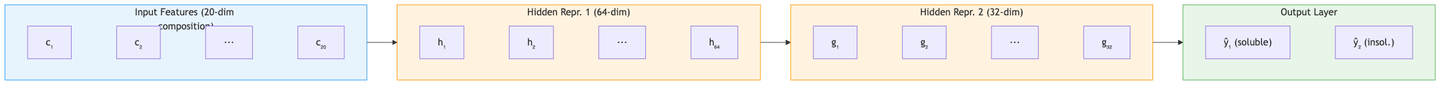
Before: assets/img/teaching/protein-ai/mermaid/s26-02-preliminary-protein-data_diagram_1.png, a diagram exported from Mermaid (sungsoo-ahn/sungsoo-ahn.github.io). Its source is kept beside it as assets/img/teaching/protein-ai/mermaid/s26-02-preliminary-protein-data_diagram_1.mmd.
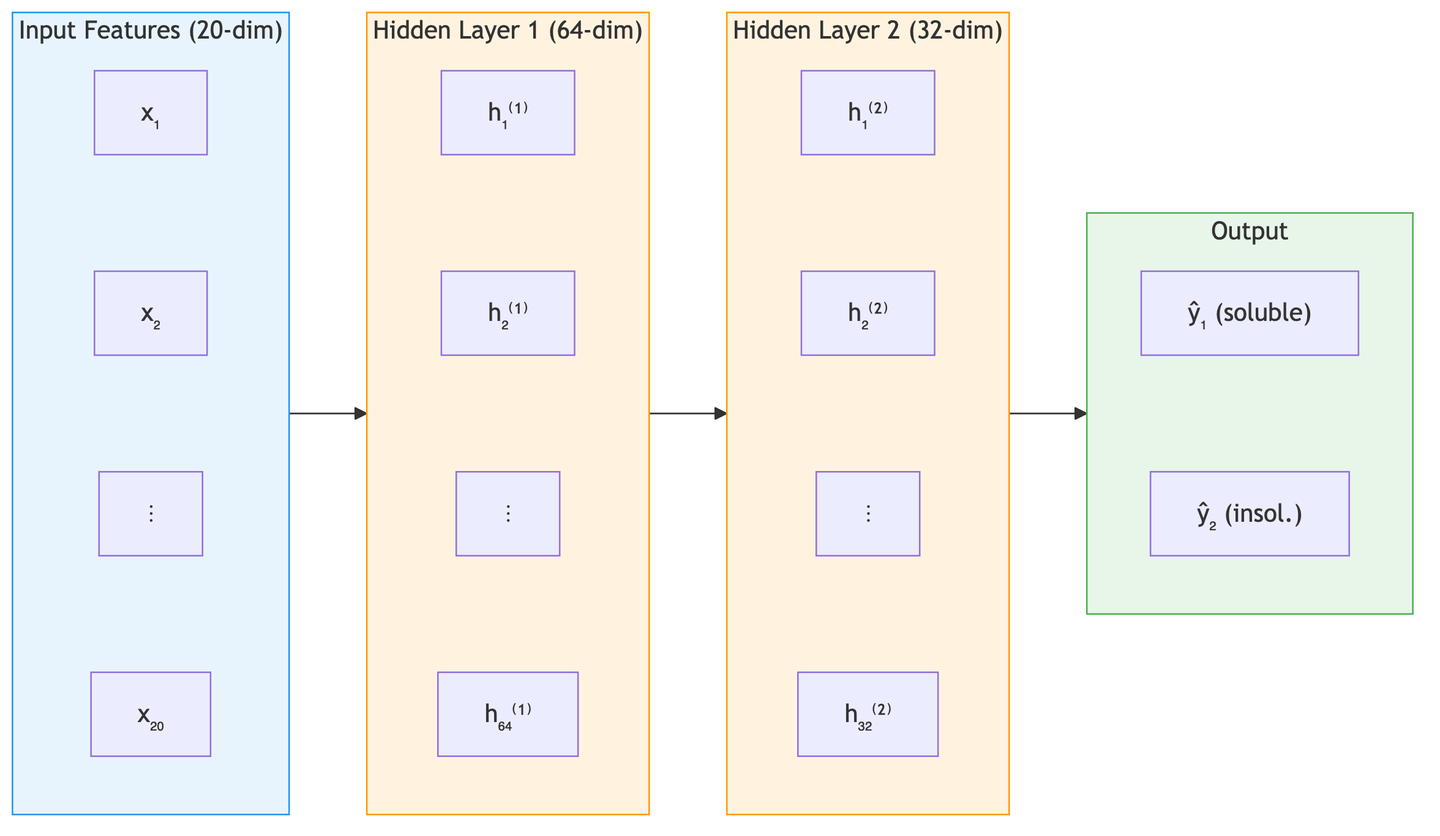
The same file after the commit.

Commit message:
docs: Simplify and improve flow across P1-P4 preliminary notes

What changed in the source:
```diff
@@ -1,21 +1,21 @@
 flowchart LR
-    subgraph Input["Input Features (20-dim composition)"]
-        direction LR
-        I1["c₁"] ~~~ I2["c₂"] ~~~ I3["···"] ~~~ I4["c₂₀"]
+    subgraph Input["Input Features (20-dim)"]
+        direction TB
+        I1["x₁"] ~~~ I2["x₂"] ~~~ I3["⋮"] ~~~ I4["x₂₀"]
     end
 
-    subgraph Hidden1["Hidden Repr. 1 (64-dim)"]
-        direction LR
-        H1["h₁"] ~~~ H2["h₂"] ~~~ H3["···"] ~~~ H4["h₆₄"]
+    subgraph Hidden1["Hidden Layer 1 (64-dim)"]
+        direction TB
+        H1["h₁⁽¹⁾"] ~~~ H2["h₂⁽¹⁾"] ~~~ H3["⋮"] ~~~ H4["h₆₄⁽¹⁾"]
     end
 
-    subgraph Hidden2["Hidden Repr. 2 (32-dim)"]
-        direction LR
-        G1["g₁"] ~~~ G2["g₂"] ~~~ G3["···"] ~~~ G4["g₃₂"]
+    subgraph Hidden2["Hidden Layer 2 (32-dim)"]
+        direction TB
+        G1["h₁⁽²⁾"] ~~~ G2["h₂⁽²⁾"] ~~~ G3["⋮"] ~~~ G4["h₃₂⁽²⁾"]
     end
 
-    subgraph Output["Output Layer"]
-        direction LR
+    subgraph Output["Output"]
+        direction TB
         O1["ŷ₁ (soluble)"] ~~~ O2["ŷ₂ (insol.)"]
     end
 
```
